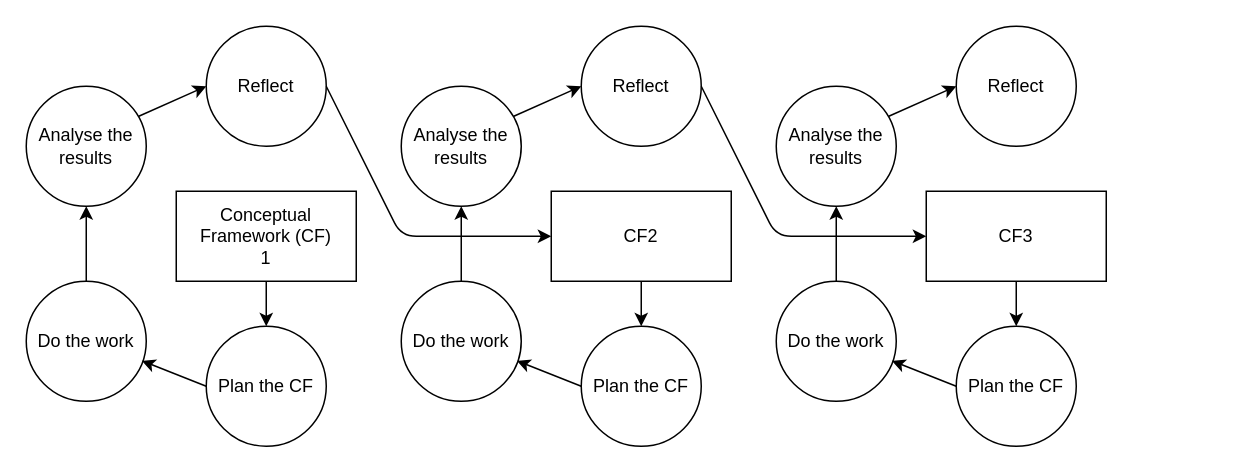
BarkerRob/UniProject keeps this draw.io diagram as images/structured_case_lifecycle.drawio. Above is the earlier version. Source tidied: cells renumbered, new cells numbered last; positions are measured from the earlier drawing's top-left corner, leaving out a move shared by most shapes. Both pictures are drawn from the tidied source at 150%, with x=0, y=0 at pixel (26, 26).
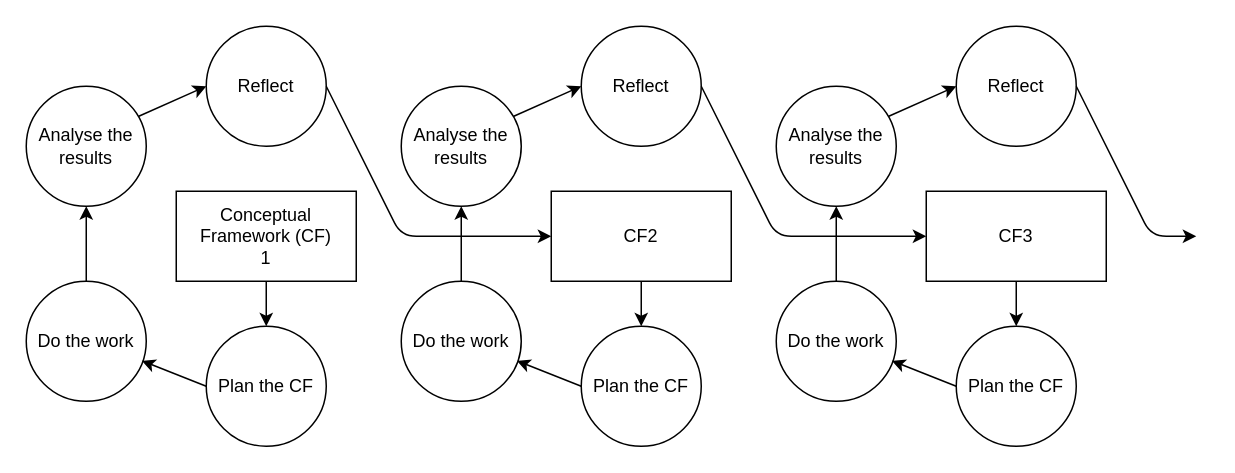
The same diagram, later.

The change refers to these unchanged cells:
```xml
<mxCell id="25" value="Reflect" style="ellipse;whiteSpace=wrap;html=1;" parent="1" vertex="1">
  <mxGeometry x="620" width="80" height="80" as="geometry" />
</mxCell>
```

What changed in the source:
```diff
@@
+    <mxCell id="31" style="endArrow=classic;html=1;exitX=1;exitY=0.5;exitDx=0;exitDy=0;" parent="1" edge="1" source="25">
+      <mxGeometry relative="1" as="geometry">
+        <mxPoint x="780" y="140" as="targetPoint" />
+        <Array as="points">
+          <mxPoint x="750" y="140" />
+        </Array>
+      </mxGeometry>
+    </mxCell>
```
